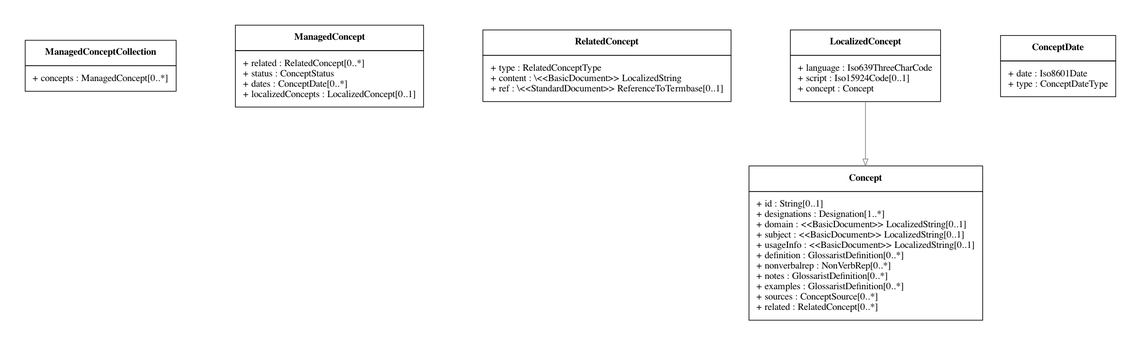
glossarist/concept-model keeps this Graphviz diagram as lutaml/ManagedConcepts.png. Above is the earlier version. Its source is kept beside it as lutaml/ManagedConcepts.dot.
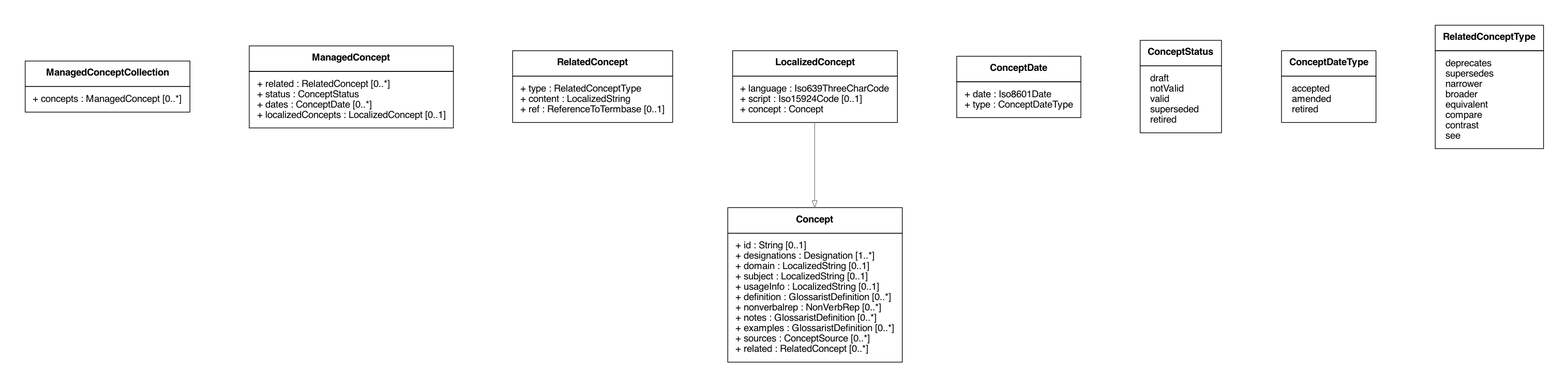
The same file after the commit.

Commit message:
#15, layout fixes, use `Helvetica` as a default font, namespace support for attributes

The edit, as a diff of the source:
```diff
@@ -1,9 +1,9 @@
 digraph G {
   graph [splines="ortho" pad=0.5 ranksep="1.2.equally" nodesep="1.2.equally"]
   edge [color="gray50"]
-  node [shape="box"]
+  node [shape="box" fontname="Helvetica-bold"]
 
-  ManagedConceptCollection [shape="plain" label=<
+  ManagedConceptCollection [shape="plain" fontname="Helvetica" label=<
     <TABLE BORDER="0" CELLBORDER="1" CELLSPACING="0" CELLPADDING="10">
     <TR>
     <TD><B>ManagedConceptCollection</B></TD>
@@ -12,7 +12,7 @@
   <TR>
     <TD>
           <TABLE BORDER="0" CELLPADDING="0" CELLSPACING="0">
-            <TR><TD ALIGN="LEFT">+ concepts : ManagedConcept&#91;0..*&#93;</TD></TR>
+            <TR><TD ALIGN="LEFT">+ concepts : ManagedConcept &#91;0..*&#93;</TD></TR>
           </TABLE>
         </TD>
   </TR>
@@ -20,7 +20,7 @@
   </TABLE>
   >]
 
-  ManagedConcept [shape="plain" label=<
+  ManagedConcept [shape="plain" fontname="Helvetica" label=<
     <TABLE BORDER="0" CELLBORDER="1" CELLSPACING="0" CELLPADDING="10">
     <TR>
     <TD><B>ManagedConcept</B></TD>
@@ -29,10 +29,10 @@
   <TR>
     <TD>
           <TABLE BORDER="0" CELLPADDING="0" CELLSPACING="0">
-            <TR><TD ALIGN="LEFT">+ related : RelatedConcept&#91;0..*&#93;</TD></TR>
+            <TR><TD ALIGN="LEFT">+ related : RelatedConcept &#91;0..*&#93;</TD></TR>
             <TR><TD ALIGN="LEFT">+ status : ConceptStatus</TD></TR>
-            <TR><TD ALIGN="LEFT">+ dates : ConceptDate&#91;0..*&#93;</TD></TR>
-            <TR><TD ALIGN="LEFT">+ localizedConcepts : LocalizedConcept&#91;0..1&#93;</TD></TR>
+            <TR><TD ALIGN="LEFT">+ dates : ConceptDate &#91;0..*&#93;</TD></TR>
+            <TR><TD ALIGN="LEFT">+ localizedConcepts : LocalizedConcept &#91;0..1&#93;</TD></TR>
           </TABLE>
         </TD>
   </TR>
@@ -40,7 +40,7 @@
   </TABLE>
   >]
 
-  RelatedConcept [shape="plain" label=<
+  RelatedConcept [shape="plain" fontname="Helvetica" label=<
     <TABLE BORDER="0" CELLBORDER="1" CELLSPACING="0" CELLPADDING="10">
     <TR>
     <TD><B>RelatedConcept</B></TD>
@@ -50,8 +50,8 @@
     <TD>
           <TABLE BORDER="0" CELLPADDING="0" CELLSPACING="0">
             <TR><TD ALIGN="LEFT">+ type : RelatedConceptType</TD></TR>
-            <TR><TD ALIGN="LEFT">+ content : \&#60;&#60;BasicDocument&#62;&#62; LocalizedString</TD></TR>
-            <TR><TD ALIGN="LEFT">+ ref : \&#60;&#60;StandardDocument&#62;&#62; ReferenceToTermbase&#91;0..1&#93;</TD></TR>
+            <TR><TD ALIGN="LEFT">+ content : LocalizedString</TD></TR>
+            <TR><TD ALIGN="LEFT">+ ref : ReferenceToTermbase &#91;0..1&#93;</TD></TR>
           </TABLE>
         </TD>
   </TR>
@@ -59,7 +59,7 @@
   </TABLE>
   >]
 
-  LocalizedConcept [shape="plain" label=<
+  LocalizedConcept [shape="plain" fontname="Helvetica" label=<
     <TABLE BORDER="0" CELLBORDER="1" CELLSPACING="0" CELLPADDING="10">
     <TR>
     <TD><B>LocalizedConcept</B></TD>
@@ -69,7 +69,7 @@
     <TD>
           <TABLE BORDER="0" CELLPADDING="0" CELLSPACING="0">
             <TR><TD ALIGN="LEFT">+ language : Iso639ThreeCharCode</TD></TR>
-            <TR><TD ALIGN="LEFT">+ script : Iso15924Code&#91;0..1&#93;</TD></TR>
+            <TR><TD ALIGN="LEFT">+ script : Iso15924Code &#91;0..1&#93;</TD></TR>
             <TR><TD ALIGN="LEFT">+ concept : Concept</TD></TR>
           </TABLE>
         </TD>
@@ -78,7 +78,7 @@
   </TABLE>
   >]
 
-  Concept [shape="plain" label=<
+  Concept [shape="plain" fontname="Helvetica" label=<
     <TABLE BORDER="0" CELLBORDER="1" CELLSPACING="0" CELLPADDING="10">
     <TR>
     <TD><B>Concept</B></TD>
@@ -87,17 +87,17 @@
   <TR>
     <TD>
           <TABLE BORDER="0" CELLPADDING="0" CELLSPACING="0">
-            <TR><TD ALIGN="LEFT">+ id : String&#91;0..1&#93;</TD></TR>
-            <TR><TD ALIGN="LEFT">+ designations : Designation&#91;1..*&#93;</TD></TR>
-            <TR><TD ALIGN="LEFT">+ domain : &#60;&#60;BasicDocument&#62;&#62; LocalizedString&#91;0..1&#93;</TD></TR>
-            <TR><TD ALIGN="LEFT">+ subject : &#60;&#60;BasicDocument&#62;&#62; LocalizedString&#91;0..1&#93;</TD></TR>
-            <TR><TD ALIGN="LEFT">+ usageInfo : &#60;&#60;BasicDocument&#62;&#62; LocalizedString&#91;0..1&#93;</TD></TR>
-            <TR><TD ALIGN="LEFT">+ definition : GlossaristDefinition&#91;0..*&#93;</TD></TR>
-            <TR><TD ALIGN="LEFT">+ nonverbalrep : NonVerbRep&#91;0..*&#93;</TD></TR>
-            <TR><TD ALIGN="LEFT">+ notes : GlossaristDefinition&#91;0..*&#93;</TD></TR>
-            <TR><TD ALIGN="LEFT">+ examples : GlossaristDefinition&#91;0..*&#93;</TD></TR>
-            <TR><TD ALIGN="LEFT">+ sources : ConceptSource&#91;0..*&#93;</TD></TR>
-            <TR><TD ALIGN="LEFT">+ related : RelatedConcept&#91;0..*&#93;</TD></TR>
+            <TR><TD ALIGN="LEFT">+ id : String &#91;0..1&#93;</TD></TR>
+            <TR><TD ALIGN="LEFT">+ designations : Designation &#91;1..*&#93;</TD></TR>
+            <TR><TD ALIGN="LEFT">+ domain : LocalizedString &#91;0..1&#93;</TD></TR>
+            <TR><TD ALIGN="LEFT">+ subject : LocalizedString &#91;0..1&#93;</TD></TR>
+            <TR><TD ALIGN="LEFT">+ usageInfo : LocalizedString &#91;0..1&#93;</TD></TR>
+            <TR><TD ALIGN="LEFT">+ definition : GlossaristDefinition &#91;0..*&#93;</TD></TR>
+            <TR><TD ALIGN="LEFT">+ nonverbalrep : NonVerbRep &#91;0..*&#93;</TD></TR>
+            <TR><TD ALIGN="LEFT">+ notes : GlossaristDefinition &#91;0..*&#93;</TD></TR>
+            <TR><TD ALIGN="LEFT">+ examples : GlossaristDefinition &#91;0..*&#93;</TD></TR>
+            <TR><TD ALIGN="LEFT">+ sources : ConceptSource &#91;0..*&#93;</TD></TR>
+            <TR><TD ALIGN="LEFT">+ related : RelatedConcept &#91;0..*&#93;</TD></TR>
           </TABLE>
         </TD>
   </TR>
@@ -105,7 +105,7 @@
   </TABLE>
   >]
 
-  ConceptDate [shape="plain" label=<
+  ConceptDate [shape="plain" fontname="Helvetica" label=<
     <TABLE BORDER="0" CELLBORDER="1" CELLSPACING="0" CELLPADDING="10">
     <TR>
     <TD><B>ConceptDate</B></TD>
@@ -123,5 +123,69 @@
   </TABLE>
   >]
 
+  ConceptStatus [shape="plain" fontname="Helvetica" label=<
+    <TABLE BORDER="0" CELLBORDER="1" CELLSPACING="0" CELLPADDING="10">
+    <TR>
+    <TD><B>ConceptStatus</B></TD>
+  </TR>
+
+  <TR>
+    <TD>
+          <TABLE BORDER="0" CELLPADDING="0" CELLSPACING="0">
+            <TR><TD ALIGN="LEFT"> draft</TD></TR>
+            <TR><TD ALIGN="LEFT"> notValid</TD></TR>
+            <TR><TD ALIGN="LEFT"> valid</TD></TR>
+            <TR><TD ALIGN="LEFT"> superseded</TD></TR>
+            <TR><TD ALIGN="LEFT"> retired</TD></TR>
+          </TABLE>
+        </TD>
+  </TR>
+
+  </TABLE>
+  >]
+
+  ConceptDateType [shape="plain" fontname="Helvetica" label=<
+    <TABLE BORDER="0" CELLBORDER="1" CELLSPACING="0" CELLPADDING="10">
+    <TR>
+    <TD><B>ConceptDateType</B></TD>
+  </TR>
+
+  <TR>
+    <TD>
+          <TABLE BORDER="0" CELLPADDING="0" CELLSPACING="0">
+            <TR><TD ALIGN="LEFT"> accepted</TD></TR>
+            <TR><TD ALIGN="LEFT"> amended</TD></TR>
+            <TR><TD ALIGN="LEFT"> retired</TD></TR>
+          </TABLE>
+        </TD>
+  </TR>
+
+  </TABLE>
+  >]
+
+  RelatedConceptType [shape="plain" fontname="Helvetica" label=<
+    <TABLE BORDER="0" CELLBORDER="1" CELLSPACING="0" CELLPADDING="10">
+    <TR>
+    <TD><B>RelatedConceptType</B></TD>
+  </TR>
+
+  <TR>
+    <TD>
+          <TABLE BORDER="0" CELLPADDING="0" CELLSPACING="0">
+            <TR><TD ALIGN="LEFT"> deprecates</TD></TR>
+            <TR><TD ALIGN="LEFT"> supersedes</TD></TR>
+            <TR><TD ALIGN="LEFT"> narrower</TD></TR>
+            <TR><TD ALIGN="LEFT"> broader</TD></TR>
+            <TR><TD ALIGN="LEFT"> equivalent</TD></TR>
+            <TR><TD ALIGN="LEFT"> compare</TD></TR>
+            <TR><TD ALIGN="LEFT"> contrast</TD></TR>
+            <TR><TD ALIGN="LEFT"> see</TD></TR>
+          </TABLE>
+        </TD>
+  </TR>
+
+  </TABLE>
+  >]
+
   LocalizedConcept -> Concept [dir="direct" arrowtail="onormal" arrowhead="onormal"]
 }
```
